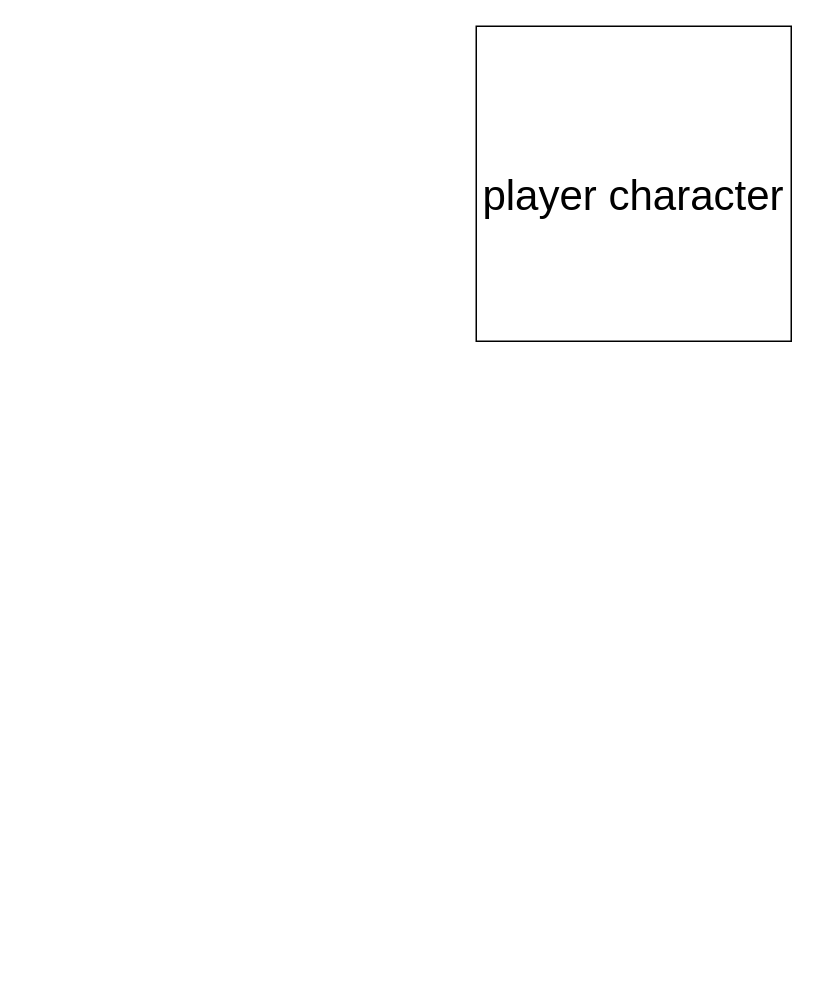
camiyufox/alien-game-stuffs keeps this draw.io diagram as Untitled Diagram.drawio. Above is the earlier version. Source tidied: cells renumbered, new cells numbered last; positions are measured from the earlier drawing's top-left corner, leaving out a move shared by most shapes. Both pictures are drawn from the tidied source at 150%, with x=0, y=0 at pixel (476, 26).
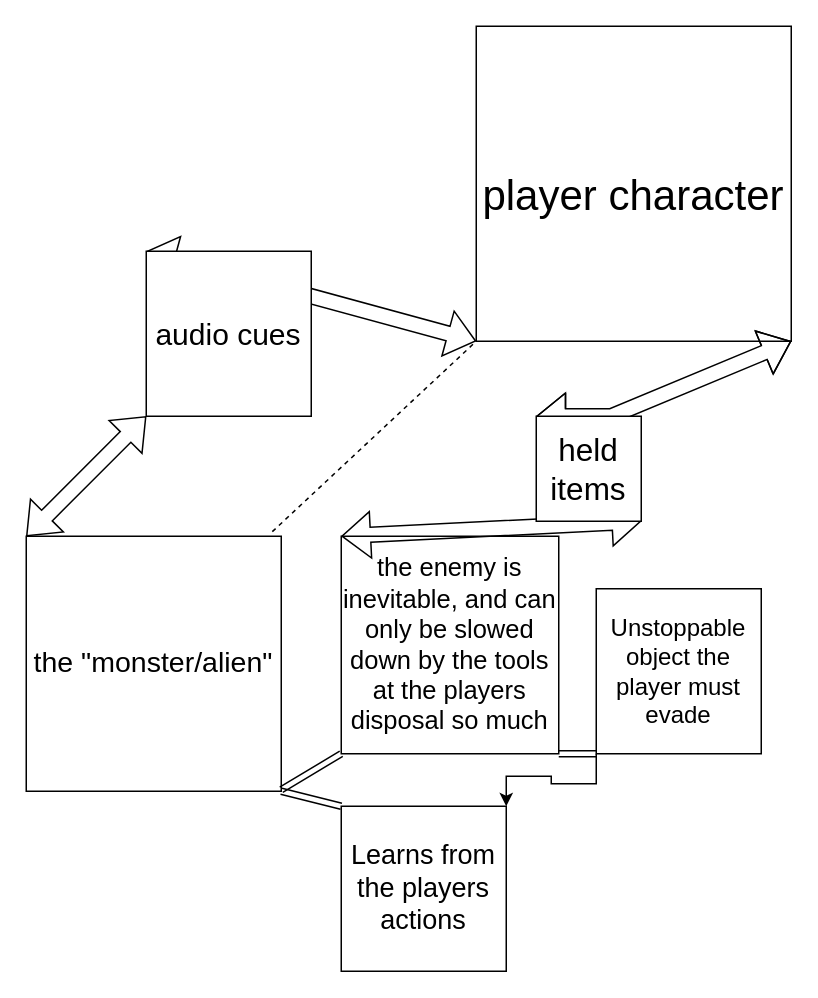
After the change.

Diff of the diagram source:
```diff
@@
 <mxGraphModel>
   <root>
     <mxCell id="0" />
     <mxCell id="1" parent="0" />
     <mxCell id="2" value="&lt;div style=&quot;font-size: 13px;&quot;&gt;&lt;font style=&quot;font-size: 13px;&quot;&gt;&lt;br&gt;&lt;/font&gt;&lt;/div&gt;&lt;div style=&quot;font-size: 28px;&quot;&gt;&lt;font style=&quot;font-size: 28px;&quot;&gt;player character &lt;br&gt;&lt;/font&gt;&lt;/div&gt;" style="whiteSpace=wrap;html=1;" parent="1" vertex="1">
       <mxGeometry width="210" height="210" as="geometry" />
     </mxCell>
+    <mxCell id="3" value="&lt;div style=&quot;font-size: 19px;&quot;&gt;the &quot;monster/alien&quot;&lt;/div&gt;" style="whiteSpace=wrap;html=1;" parent="1" vertex="1">
+      <mxGeometry x="-300" y="340" width="170" height="170" as="geometry" />
+    </mxCell>
+    <mxCell id="4" style="edgeStyle=orthogonalEdgeStyle;rounded=0;jettySize=auto;html=1;exitX=0;exitY=1;exitDx=0;exitDy=0;entryX=1;entryY=0;entryDx=0;entryDy=0;" parent="1" edge="1" source="5" target="6">
+      <mxGeometry relative="1" as="geometry" />
+    </mxCell>
+    <mxCell id="5" value="&lt;font style=&quot;font-size: 16px;&quot;&gt;Unstoppable object the player must evade&lt;/font&gt;" style="whiteSpace=wrap;html=1;" parent="1" vertex="1">
+      <mxGeometry x="80" y="375" width="110" height="110" as="geometry" />
+    </mxCell>
+    <mxCell id="6" value="&lt;font style=&quot;font-size: 18px;&quot;&gt;Learns from the players actions&lt;/font&gt;" style="whiteSpace=wrap;html=1;" parent="1" vertex="1">
+      <mxGeometry x="-90" y="520" width="110" height="110" as="geometry" />
+    </mxCell>
+    <mxCell id="7" value="&lt;font style=&quot;font-size: 17px;&quot;&gt;the enemy is inevitable, and can only be slowed down by the tools at the players disposal so much&lt;/font&gt;" style="whiteSpace=wrap;html=1;" parent="1" vertex="1">
+      <mxGeometry x="-90" y="340" width="145" height="145" as="geometry" />
+    </mxCell>
+    <mxCell id="8" style="shape=link;html=1;rounded=0;entryX=0;entryY=1;entryDx=0;entryDy=0;" parent="1" edge="1" target="7">
+      <mxGeometry relative="1" as="geometry">
+        <mxPoint x="-130" y="509" as="sourcePoint" />
+      </mxGeometry>
+    </mxCell>
+    <mxCell id="9" style="endArrow=none;dashed=1;html=1;rounded=0;exitX=0.965;exitY=-0.018;exitDx=0;exitDy=0;exitPerimeter=0;entryX=0;entryY=1;entryDx=0;entryDy=0;" parent="1" edge="1" source="3" target="2">
+      <mxGeometry relative="1" as="geometry" />
+    </mxCell>
+    <mxCell id="10" style="shape=link;html=1;rounded=0;exitX=1;exitY=1;exitDx=0;exitDy=0;entryX=0;entryY=0;entryDx=0;entryDy=0;" parent="1" edge="1" source="3" target="6">
+      <mxGeometry relative="1" as="geometry" />
+    </mxCell>
+    <mxCell id="11" style="shape=link;html=1;rounded=0;exitX=0;exitY=1;exitDx=0;exitDy=0;entryX=1;entryY=1;entryDx=0;entryDy=0;" parent="1" edge="1" source="5" target="7">
+      <mxGeometry relative="1" as="geometry" />
+    </mxCell>
+    <mxCell id="12" style="shape=flexArrow;endArrow=classic;startArrow=classic;html=1;rounded=0;entryX=0;entryY=1;entryDx=0;entryDy=0;exitX=0;exitY=0;exitDx=0;exitDy=0;" parent="1" edge="1" source="14" target="2">
+      <mxGeometry relative="1" as="geometry" />
+    </mxCell>
+    <mxCell id="13" style="shape=flexArrow;endArrow=classic;startArrow=classic;html=1;rounded=0;entryX=0;entryY=1;entryDx=0;entryDy=0;exitX=0;exitY=0;exitDx=0;exitDy=0;" parent="1" edge="1" source="3" target="14">
+      <mxGeometry relative="1" as="geometry" />
+    </mxCell>
+    <mxCell id="14" value="&lt;font style=&quot;font-size: 20px;&quot;&gt;audio cues&lt;/font&gt;" style="whiteSpace=wrap;html=1;" parent="1" vertex="1">
+      <mxGeometry x="-220" y="150" width="110" height="110" as="geometry" />
+    </mxCell>
+    <mxCell id="15" style="shape=flexArrow;endArrow=classic;startArrow=classic;html=1;rounded=0;entryX=1;entryY=1;entryDx=0;entryDy=0;exitX=0;exitY=0;exitDx=0;exitDy=0;" parent="1" edge="1" source="17" target="2">
+      <mxGeometry relative="1" as="geometry">
+        <Array as="points">
+          <mxPoint x="90" y="260" />
+        </Array>
+      </mxGeometry>
+    </mxCell>
+    <mxCell id="16" style="shape=flexArrow;endArrow=classic;startArrow=classic;html=1;rounded=0;entryX=1;entryY=1;entryDx=0;entryDy=0;exitX=0;exitY=0;exitDx=0;exitDy=0;" parent="1" edge="1" source="7" target="17">
+      <mxGeometry relative="1" as="geometry" />
+    </mxCell>
+    <mxCell id="17" value="&lt;font style=&quot;font-size: 21px;&quot;&gt;held items&lt;/font&gt;" style="whiteSpace=wrap;html=1;" parent="1" vertex="1">
+      <mxGeometry x="40" y="260" width="70" height="70" as="geometry" />
+    </mxCell>
   </root>
 </mxGraphModel>
```
